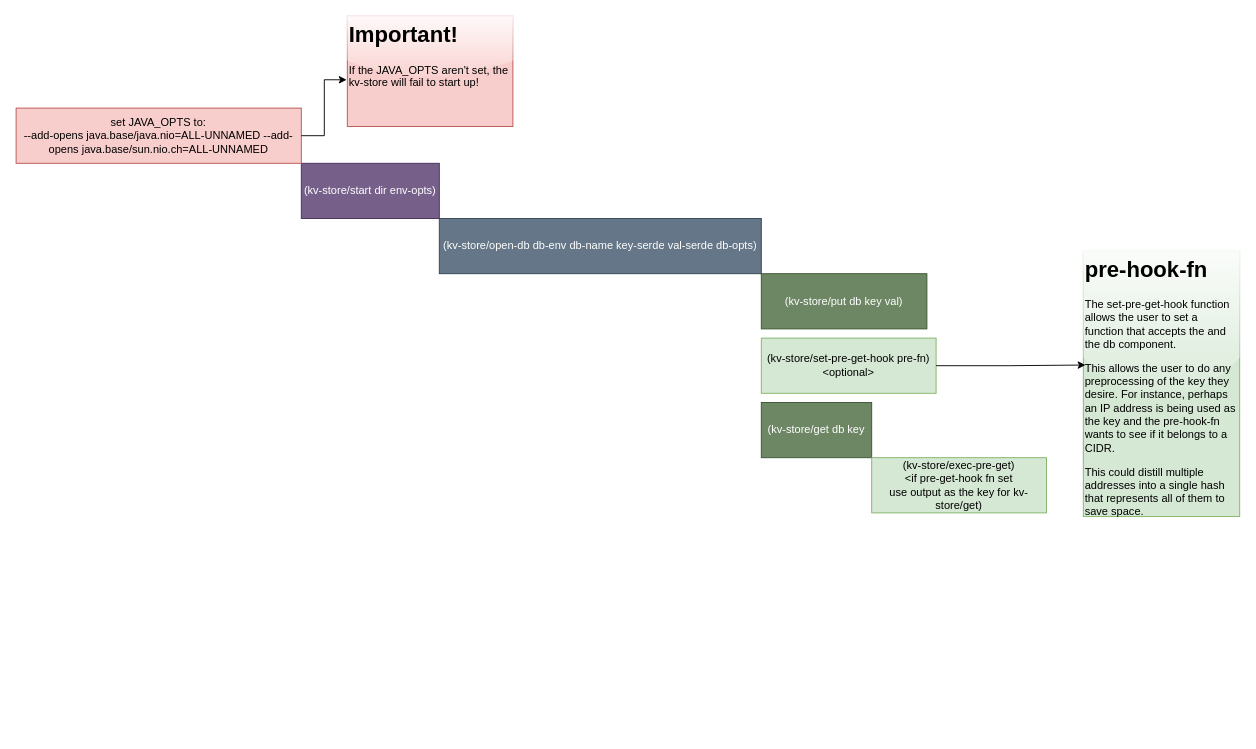
Above: docs/kv-store-workflow.drawio in IntraCel/core (draw.io), before the change. Source tidied: cells renumbered, new cells numbered last; positions are measured from the earlier drawing's top-left corner, leaving out a move shared by most shapes. Both pictures are drawn from the tidied source at 92%, with x=0, y=0 at pixel (16, 16).
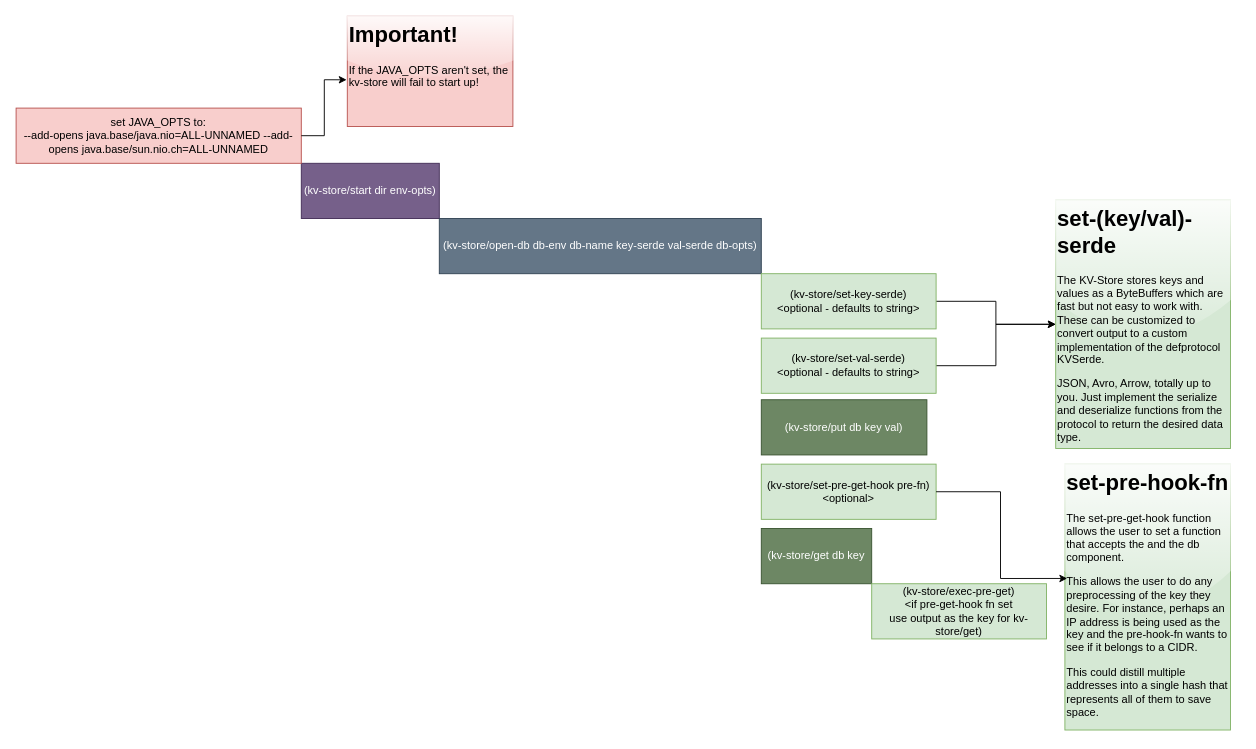
The same page after the edit.

Commit message (it also covers changes not shown here):
Updated diagram for #1 to include optional functions to set the serde for keys and vals in kv-store

Change to the diagram source:
```diff
@@
 <mxGraphModel>
   <root>
     <mxCell id="0" />
     <mxCell id="1" parent="0" />
     <mxCell id="2" value="(kv-store/start dir env-opts)" style="rounded=0;whiteSpace=wrap;html=1;fillColor=#76608a;fontColor=#ffffff;strokeColor=#432D57;" parent="1" vertex="1">
       <mxGeometry x="310" y="160" width="150" height="60" as="geometry" />
     </mxCell>
     <mxCell id="3" value="set JAVA_OPTS to:&lt;div&gt;--add-opens java.base/java.nio=ALL-UNNAMED --add-opens java.base/sun.nio.ch=ALL-UNNAMED&lt;br&gt;&lt;/div&gt;" style="rounded=0;whiteSpace=wrap;html=1;fillColor=#f8cecc;strokeColor=#b85450;" parent="1" vertex="1">
       <mxGeometry y="100" width="310" height="60" as="geometry" />
     </mxCell>
     <mxCell id="4" value="(kv-store/open-db db-env db-name key-serde val-serde db-opts)" style="rounded=0;whiteSpace=wrap;html=1;fillColor=#647687;fontColor=#ffffff;strokeColor=#314354;" parent="1" vertex="1">
       <mxGeometry x="460" y="220" width="350" height="60" as="geometry" />
     </mxCell>
     <mxCell id="5" value="(kv-store/put db key val)" style="rounded=0;whiteSpace=wrap;html=1;fillColor=#6d8764;fontColor=#ffffff;strokeColor=#3A5431;" parent="1" vertex="1">
-      <mxGeometry x="810" y="280" width="180" height="60" as="geometry" />
+      <mxGeometry x="810" y="417" width="180" height="60" as="geometry" />
     </mxCell>
     <mxCell id="6" value="(kv-store/set-pre-get-hook pre-fn)&lt;br&gt;&amp;lt;optional&amp;gt;" style="rounded=0;whiteSpace=wrap;html=1;fillColor=#d5e8d4;strokeColor=#82b366;" parent="1" vertex="1">
-      <mxGeometry x="810" y="350" width="190" height="60" as="geometry" />
+      <mxGeometry x="810" y="487" width="190" height="60" as="geometry" />
     </mxCell>
     <mxCell id="7" value="(kv-store/get db key" style="rounded=0;whiteSpace=wrap;html=1;fillColor=#6d8764;fontColor=#ffffff;strokeColor=#3A5431;" parent="1" vertex="1">
-      <mxGeometry x="810" y="420" width="120" height="60" as="geometry" />
+      <mxGeometry x="810" y="557" width="120" height="60" as="geometry" />
     </mxCell>
     <mxCell id="8" value="(kv-store/exec-pre-get)&lt;br&gt;&amp;lt;if pre-get-hook fn set&lt;br&gt;use output as the key for kv-store/get)" style="rounded=0;whiteSpace=wrap;html=1;fillColor=#d5e8d4;strokeColor=#82b366;" parent="1" vertex="1">
-      <mxGeometry x="930" y="480" width="190" height="60" as="geometry" />
+      <mxGeometry x="930" y="617" width="190" height="60" as="geometry" />
     </mxCell>
-    <mxCell id="9" value="&lt;h1 style=&quot;margin-top: 0px;&quot;&gt;pre-hook-fn&lt;/h1&gt;&lt;p&gt;The set-pre-get-hook function allows the user to set a function that accepts the and the db component.&amp;nbsp;&lt;/p&gt;&lt;p&gt;This allows the user to do any preprocessing of the key they desire. For instance, perhaps an IP address is being used as the key and the pre-hook-fn wants to see if it belongs to a CIDR.&lt;/p&gt;&lt;p&gt;This could distill multiple addresses into a single hash that represents all of them to save space.&lt;/p&gt;" style="text;html=1;whiteSpace=wrap;overflow=hidden;rounded=0;glass=1;fillColor=#d5e8d4;strokeColor=#82b366;" parent="1" vertex="1">
-      <mxGeometry x="1160" y="255" width="170" height="289" as="geometry" />
+    <mxCell id="9" value="&lt;h1 style=&quot;margin-top: 0px;&quot;&gt;set-pre-hook-fn&lt;/h1&gt;&lt;p&gt;The set-pre-get-hook function allows the user to set a function that accepts the and the db component.&amp;nbsp;&lt;/p&gt;&lt;p&gt;This allows the user to do any preprocessing of the key they desire. For instance, perhaps an IP address is being used as the key and the pre-hook-fn wants to see if it belongs to a CIDR.&lt;/p&gt;&lt;p&gt;This could distill multiple addresses into a single hash that represents all of them to save space.&lt;/p&gt;" style="text;html=1;whiteSpace=wrap;overflow=hidden;rounded=0;glass=1;fillColor=#d5e8d4;strokeColor=#82b366;" parent="1" vertex="1">
+      <mxGeometry x="1140" y="487" width="180" height="289" as="geometry" />
     </mxCell>
     <mxCell id="10" style="edgeStyle=orthogonalEdgeStyle;rounded=0;jettySize=auto;html=1;entryX=0.014;entryY=0.43;entryDx=0;entryDy=0;entryPerimeter=0;" parent="1" edge="1" source="6" target="9">
       <mxGeometry relative="1" as="geometry" />
     </mxCell>
     <mxCell id="11" value="&lt;h1 style=&quot;margin-top: 0px;&quot;&gt;Important!&lt;/h1&gt;&lt;p&gt;If the JAVA_OPTS aren't set, the kv-store will fail to start up!&lt;/p&gt;" style="text;html=1;whiteSpace=wrap;overflow=hidden;rounded=0;fillColor=#f8cecc;strokeColor=#b85450;glass=1;" parent="1" vertex="1">
       <mxGeometry x="360" width="180" height="120" as="geometry" />
     </mxCell>
     <mxCell id="12" style="edgeStyle=orthogonalEdgeStyle;rounded=0;jettySize=auto;html=1;entryX=-0.004;entryY=0.577;entryDx=0;entryDy=0;entryPerimeter=0;" parent="1" edge="1" source="3" target="11">
       <mxGeometry relative="1" as="geometry" />
     </mxCell>
+    <mxCell id="13" style="edgeStyle=orthogonalEdgeStyle;rounded=0;jettySize=auto;html=1;entryX=0;entryY=0.5;entryDx=0;entryDy=0;" parent="1" edge="1" source="14" target="15">
+      <mxGeometry relative="1" as="geometry" />
+    </mxCell>
+    <mxCell id="14" value="(kv-store/set-key-serde)&lt;br&gt;&amp;lt;optional - defaults to string&amp;gt;" style="rounded=0;whiteSpace=wrap;html=1;fillColor=#d5e8d4;strokeColor=#82b366;" parent="1" vertex="1">
+      <mxGeometry x="810" y="280" width="190" height="60" as="geometry" />
+    </mxCell>
+    <mxCell id="15" value="&lt;h1 style=&quot;margin-top: 0px;&quot;&gt;set-(key/val)-serde&lt;/h1&gt;&lt;p&gt;The KV-Store stores keys and values as a ByteBuffers which are fast but not easy to work with. These can be customized to convert output to a custom implementation of the defprotocol KVSerde.&lt;/p&gt;&lt;p&gt;JSON, Avro, Arrow, totally up to you. Just implement the serialize and deserialize functions from the protocol to return the desired data type.&lt;/p&gt;" style="text;html=1;whiteSpace=wrap;overflow=hidden;rounded=0;fillColor=#d5e8d4;strokeColor=#82b366;glass=1;" parent="1" vertex="1">
+      <mxGeometry x="1130" y="200" width="190" height="270" as="geometry" />
+    </mxCell>
+    <mxCell id="16" style="edgeStyle=orthogonalEdgeStyle;rounded=0;jettySize=auto;html=1;" parent="1" edge="1" source="17" target="15">
+      <mxGeometry relative="1" as="geometry" />
+    </mxCell>
+    <mxCell id="17" value="(kv-store/set-val-serde)&lt;br&gt;&amp;lt;optional - defaults to string&amp;gt;" style="rounded=0;whiteSpace=wrap;html=1;fillColor=#d5e8d4;strokeColor=#82b366;" parent="1" vertex="1">
+      <mxGeometry x="810" y="350" width="190" height="60" as="geometry" />
+    </mxCell>
   </root>
 </mxGraphModel>
```
